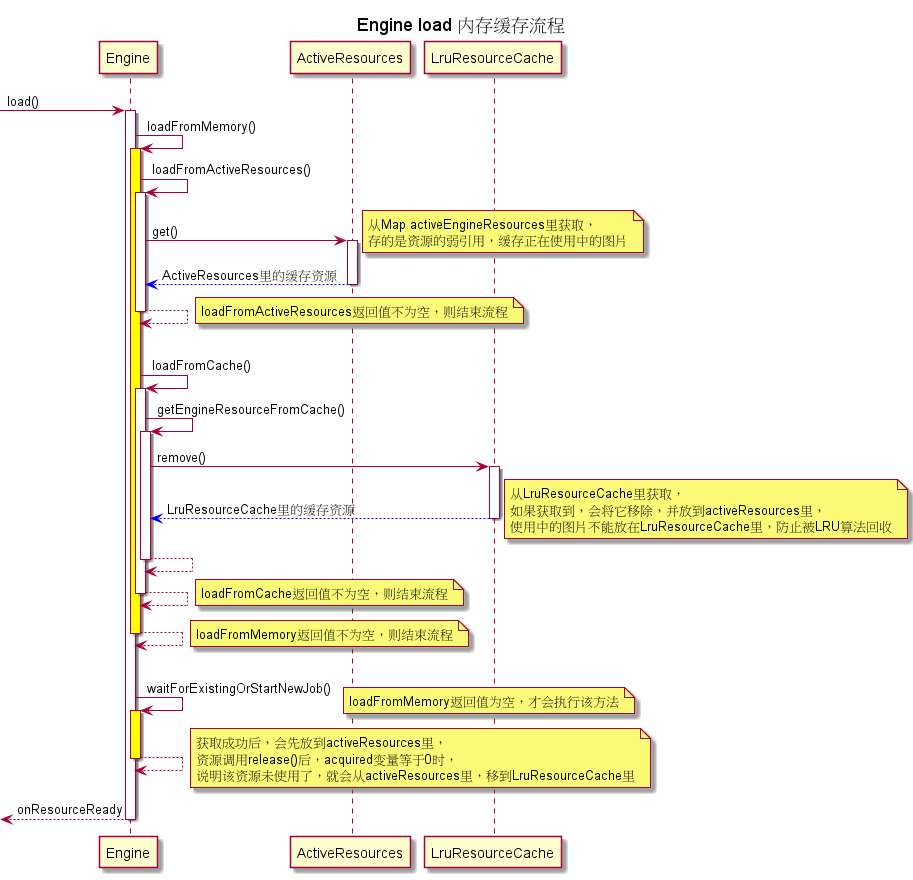
Above: docs/AndroidNote.assets/Engine_load内存缓存流程.png in Joshua-Lu/MyStudyApp (PlantUML), before the change. Its diagram source:
```plantuml
@startuml
title Engine load 内存缓存流程

autoactivate on
[-> Engine: load()
    Engine -> Engine #yellow: loadFromMemory()
        Engine -> Engine: loadFromActiveResources()
            Engine -> ActiveResources: get()
            note right
                从Map activeEngineResources里获取，
                存的是资源的弱引用，缓存正在使用中的图片
            end note
            return #blue ActiveResources里的缓存资源
        return
        note right: loadFromActiveResources返回值不为空，则结束流程
        |||
        Engine -> Engine: loadFromCache()
            Engine -> Engine: getEngineResourceFromCache()
                Engine -> LruResourceCache: remove()
                return #blue LruResourceCache里的缓存资源
                note right
                    从LruResourceCache里获取，
                    如果获取到，会将它移除，并放到activeResources里，
                    使用中的图片不能放在LruResourceCache里，防止被LRU算法回收
                end note
            return
        return
        note right: loadFromCache返回值不为空，则结束流程
    return
    note right: loadFromMemory返回值不为空，则结束流程
    |||
    Engine -> Engine #yellow: waitForExistingOrStartNewJob()
    note right: loadFromMemory返回值为空，才会执行该方法
    return
    note right
        获取成功后，会先放到activeResources里，
        资源调用release()后，acquired变量等于0时，
        说明该资源未使用了，就会从activeResources里，移到LruResourceCache里
    end note
return onResourceReady
@enduml
```
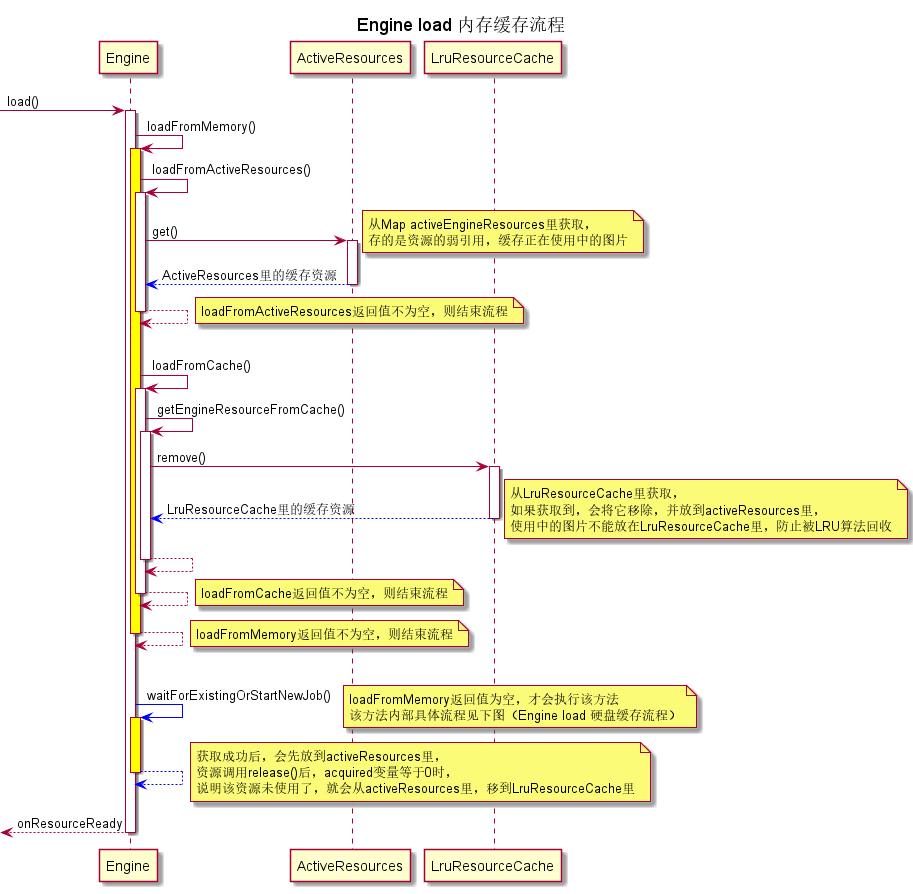
Above is the later version.

Commit message:
add note about Glide 缓存原理

Change to the diagram source:
```diff
@@ -29,8 +29,11 @@
     return
     note right: loadFromMemory返回值不为空，则结束流程
     |||
-    Engine -> Engine #yellow: waitForExistingOrStartNewJob()
-    note right: loadFromMemory返回值为空，才会执行该方法
+    Engine -[#blue]> Engine #yellow: waitForExistingOrStartNewJob()
+    note right
+    loadFromMemory返回值为空，才会执行该方法
+    该方法内部具体流程见下图（Engine load 硬盘缓存流程）
+    end note
     return
     note right
         获取成功后，会先放到activeResources里，
```
